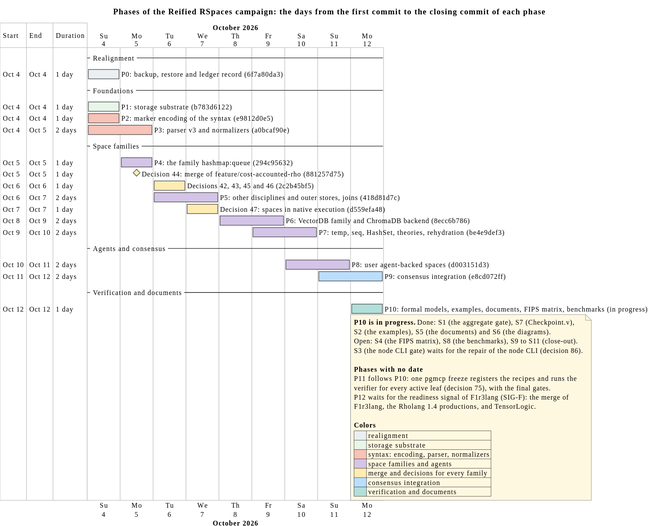
The PlantUML diagram docs/rspace/reified-rspaces/diagrams/14-phase-gantt.svg in F1R3FLY-io/f1r3node-rust, before a commit.
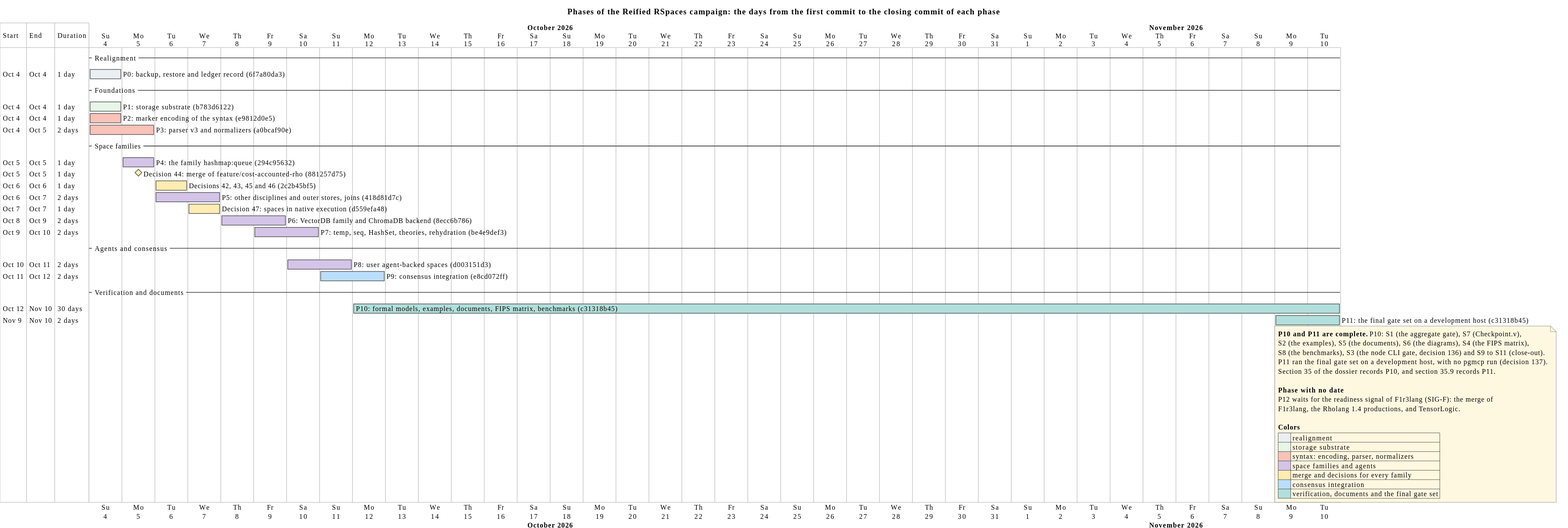
The same file after the commit.

Commit message:
[agent] Reified RSpaces: the status of phases P10 and P11

The edit, as a diff of the source:
```diff
@@ -51,17 +51,18 @@
 [P9] is colored in $g_consensus/$g_border
 
 -- Verification and documents --
-[P10: formal models, examples, documents, FIPS matrix, benchmarks (in progress)] as [P10] starts 2026-10-12 and ends 2026-10-12
+[P10: formal models, examples, documents, FIPS matrix, benchmarks (c31318b45)] as [P10] starts 2026-10-12 and ends 2026-11-10
 [P10] is colored in $g_verification/$g_border
+[P11: the final gate set on a development host (c31318b45)] as [P11] starts 2026-11-09 and ends 2026-11-10
+[P11] is colored in $g_verification/$g_border
 note bottom
-  **P10 is in progress.** Done: S1 (the aggregate gate), S7 (Checkpoint.v),
-  S2 (the examples), S5 (the documents) and S6 (the diagrams).
-  Open: S4 (the FIPS matrix), S8 (the benchmarks), S9 to S11 (close-out).
-  S3 (the node CLI gate) waits for the repair of the node CLI (decision 86).
+  **P10 and P11 are complete.** P10: S1 (the aggregate gate), S7 (Checkpoint.v),
+  S2 (the examples), S5 (the documents), S6 (the diagrams), S4 (the FIPS matrix),
+  S8 (the benchmarks), S3 (the node CLI gate, decision 136) and S9 to S11 (close-out).
+  P11 ran the final gate set on a development host, with no pgmcp run (decision 137).
+  Section 35 of the dossier records P10, and section 35.9 records P11.
 
-  **Phases with no date**
-  P11 follows P10: one pgmcp freeze registers the recipes and runs the
-  verifier for every active leaf (decision 75), with the final gates.
+  **Phase with no date**
   P12 waits for the readiness signal of F1r3lang (SIG-F): the merge of
   F1r3lang, the Rholang 1.4 productions, and TensorLogic.
 
@@ -72,6 +73,6 @@
   |<$g_spaces>       | space families and agents |
   |<$g_decision>     | merge and decisions for every family |
   |<$g_consensus>    | consensus integration |
-  |<$g_verification> | verification and documents |
+  |<$g_verification> | verification, documents and the final gate set |
 end note
 @endgantt
```
